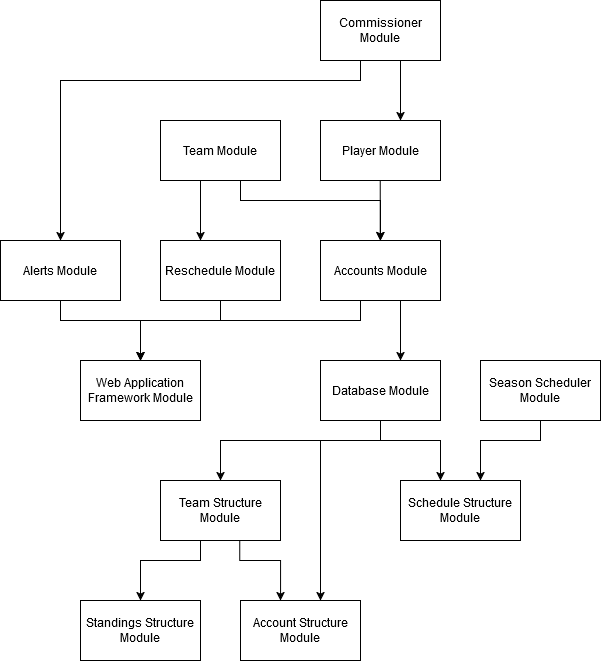
Earlier version of the draw.io export docs/Design/SoftArchitecture/9_use_hierarchy_diagram.png (Nicholas-Fabugais-Inaba/Sandlot). Source tidied: cells renumbered, new cells last; positions are measured from the earlier drawing's top-left corner, leaving out a move shared by most shapes.
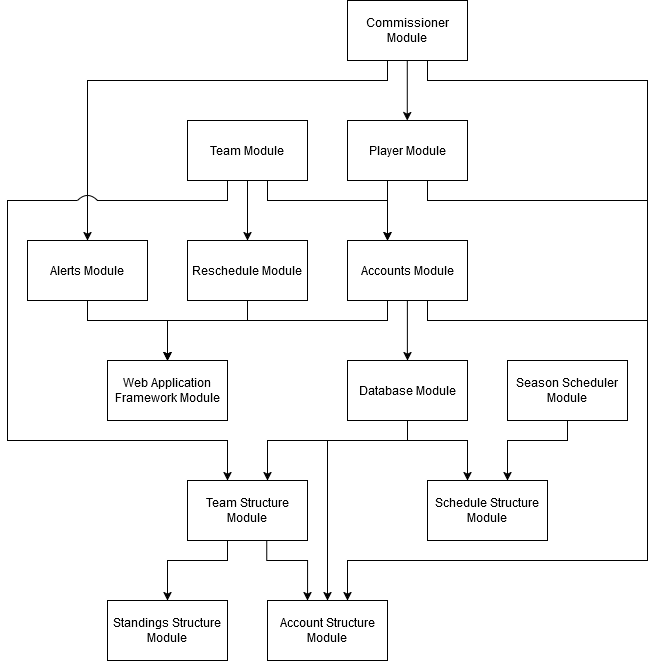
After the commit.

Commit message:
Modified use hierarchy diagram in MG section 9 and MIS section 4.

The edit, as a diff of the source:
```diff
@@ -40,8 +40,8 @@
     </mxCell>
     <mxCell id="12" style="endArrow=classic;html=1;rounded=0;exitX=0.5;exitY=1;exitDx=0;exitDy=0;entryX=0.5;entryY=0;entryDx=0;entryDy=0;" parent="1" edge="1">
       <mxGeometry relative="1" as="geometry">
-        <mxPoint x="400" y="60" as="sourcePoint" />
-        <mxPoint x="400" y="120" as="targetPoint" />
+        <mxPoint x="379.8" y="60" as="sourcePoint" />
+        <mxPoint x="379.8" y="120" as="targetPoint" />
       </mxGeometry>
     </mxCell>
     <mxCell id="13" value="Account Structure Module" style="whiteSpace=wrap;html=1;" parent="1" vertex="1">
@@ -50,21 +50,21 @@
     <mxCell id="14" value="Team Structure Module" style="whiteSpace=wrap;html=1;" parent="1" vertex="1">
       <mxGeometry x="160" y="480" width="120" height="60" as="geometry" />
     </mxCell>
-    <mxCell id="15" style="endArrow=classic;html=1;rounded=0;exitX=0.5;exitY=1;exitDx=0;exitDy=0;" parent="1" edge="1">
+    <mxCell id="15" style="endArrow=classic;html=1;rounded=0;exitX=0.5;exitY=1;exitDx=0;exitDy=0;" parent="1" edge="1" source="3">
       <mxGeometry relative="1" as="geometry">
-        <mxPoint x="380" y="420.8" as="sourcePoint" />
-        <mxPoint x="320" y="600" as="targetPoint" />
+        <mxPoint x="300" y="600" as="targetPoint" />
         <Array as="points">
           <mxPoint x="380" y="440" />
-          <mxPoint x="320" y="440" />
+          <mxPoint x="300" y="440" />
         </Array>
       </mxGeometry>
     </mxCell>
-    <mxCell id="16" style="edgeStyle=none;jettySize=auto;html=1;rounded=0;exitX=0.5;exitY=1;exitDx=0;exitDy=0;entryX=0.5;entryY=0;entryDx=0;entryDy=0;" parent="1" edge="1" source="3" target="14">
+    <mxCell id="16" style="edgeStyle=none;jettySize=auto;html=1;rounded=0;exitX=0.5;exitY=1;exitDx=0;exitDy=0;" parent="1" edge="1" source="3">
       <mxGeometry relative="1" as="geometry">
+        <mxPoint x="240" y="480" as="targetPoint" />
         <Array as="points">
           <mxPoint x="380" y="440" />
-          <mxPoint x="220" y="440" />
+          <mxPoint x="240" y="440" />
         </Array>
       </mxGeometry>
     </mxCell>
@@ -104,17 +104,17 @@
     </mxCell>
     <mxCell id="22" style="endArrow=classic;html=1;rounded=0;exitX=0.5;exitY=1;exitDx=0;exitDy=0;entryX=0.5;entryY=0;entryDx=0;entryDy=0;" parent="1" edge="1">
       <mxGeometry relative="1" as="geometry">
-        <mxPoint x="379.7" y="180" as="sourcePoint" />
-        <mxPoint x="379.7" y="240" as="targetPoint" />
+        <mxPoint x="360" y="180" as="sourcePoint" />
+        <mxPoint x="360" y="240" as="targetPoint" />
       </mxGeometry>
     </mxCell>
     <mxCell id="23" style="endArrow=classic;html=1;rounded=0;" parent="1" edge="1">
       <mxGeometry relative="1" as="geometry">
         <mxPoint x="240" y="180" as="sourcePoint" />
-        <mxPoint x="380" y="240" as="targetPoint" />
+        <mxPoint x="360" y="240" as="targetPoint" />
         <Array as="points">
           <mxPoint x="240" y="200" />
-          <mxPoint x="380" y="200" />
+          <mxPoint x="360" y="200" />
         </Array>
       </mxGeometry>
     </mxCell>
@@ -127,11 +127,8 @@
         </Array>
       </mxGeometry>
     </mxCell>
-    <mxCell id="25" style="endArrow=classic;html=1;rounded=0;exitX=0.5;exitY=1;exitDx=0;exitDy=0;entryX=0.5;entryY=0;entryDx=0;entryDy=0;" parent="1" edge="1">
-      <mxGeometry relative="1" as="geometry">
-        <mxPoint x="200" y="180" as="sourcePoint" />
-        <mxPoint x="200" y="240" as="targetPoint" />
-      </mxGeometry>
+    <mxCell id="25" style="endArrow=classic;html=1;rounded=0;exitX=0.5;exitY=1;exitDx=0;exitDy=0;entryX=0.5;entryY=0;entryDx=0;entryDy=0;" parent="1" edge="1" source="5" target="9">
+      <mxGeometry relative="1" as="geometry" />
     </mxCell>
     <mxCell id="26" style="endArrow=classic;html=1;rounded=0;exitX=0.5;exitY=1;exitDx=0;exitDy=0;entryX=0.5;entryY=0;entryDx=0;entryDy=0;" parent="1" edge="1" source="10" target="2">
       <mxGeometry relative="1" as="geometry">
@@ -160,9 +157,71 @@
     </mxCell>
     <mxCell id="29" style="endArrow=classic;html=1;rounded=0;exitX=0.5;exitY=1;exitDx=0;exitDy=0;entryX=0.5;entryY=0;entryDx=0;entryDy=0;" parent="1" edge="1">
       <mxGeometry relative="1" as="geometry">
-        <mxPoint x="400" y="300" as="sourcePoint" />
-        <mxPoint x="400" y="360" as="targetPoint" />
+        <mxPoint x="379.9" y="300" as="sourcePoint" />
+        <mxPoint x="379.9" y="360" as="targetPoint" />
       </mxGeometry>
     </mxCell>
+    <mxCell id="30" style="endArrow=classic;html=1;rounded=0;" parent="1" edge="1">
+      <mxGeometry relative="1" as="geometry">
+        <mxPoint x="50" y="200" as="sourcePoint" />
+        <mxPoint x="200" y="480" as="targetPoint" />
+        <Array as="points">
+          <mxPoint x="50" y="200" />
+          <mxPoint x="-20" y="200" />
+          <mxPoint x="-20" y="440" />
+          <mxPoint x="200" y="440" />
+        </Array>
+      </mxGeometry>
+    </mxCell>
+    <mxCell id="31" style="endArrow=none;html=1;rounded=0;" parent="1" edge="1">
+      <mxGeometry relative="1" as="geometry">
+        <mxPoint x="70" y="200" as="sourcePoint" />
+        <mxPoint x="200" y="180" as="targetPoint" />
+        <Array as="points">
+          <mxPoint x="200" y="200" />
+        </Array>
+      </mxGeometry>
+    </mxCell>
+    <mxCell id="32" style="endArrow=none;html=1;rounded=0;curved=1;" parent="1" edge="1">
+      <mxGeometry relative="1" as="geometry">
+        <mxPoint x="50" y="200" as="sourcePoint" />
+        <mxPoint x="70" y="200" as="targetPoint" />
+        <Array as="points">
+          <mxPoint x="60" y="190" />
+        </Array>
+      </mxGeometry>
+    </mxCell>
+    <mxCell id="33" style="endArrow=classic;html=1;rounded=0;" parent="1" edge="1">
+      <mxGeometry relative="1" as="geometry">
+        <mxPoint x="400" y="300" as="sourcePoint" />
+        <mxPoint x="320" y="600" as="targetPoint" />
+        <Array as="points">
+          <mxPoint x="400" y="320" />
+          <mxPoint x="620" y="320" />
+          <mxPoint x="620" y="560" />
+          <mxPoint x="320" y="560" />
+        </Array>
+      </mxGeometry>
+    </mxCell>
+    <mxCell id="34" style="endArrow=none;html=1;rounded=0;" parent="1" edge="1">
+      <mxGeometry relative="1" as="geometry">
+        <mxPoint x="400" y="180" as="sourcePoint" />
+        <mxPoint x="620" y="320" as="targetPoint" />
+        <Array as="points">
+          <mxPoint x="400" y="200" />
+          <mxPoint x="620" y="200" />
+        </Array>
+      </mxGeometry>
+    </mxCell>
+    <mxCell id="35" style="endArrow=none;html=1;rounded=0;" parent="1" edge="1">
+      <mxGeometry relative="1" as="geometry">
+        <mxPoint x="400" y="60" as="sourcePoint" />
+        <mxPoint x="620" y="200" as="targetPoint" />
+        <Array as="points">
+          <mxPoint x="400" y="80" />
+          <mxPoint x="620" y="80" />
+        </Array>
+      </mxGeometry>
+    </mxCell>
   </root>
 </mxGraphModel>
```
